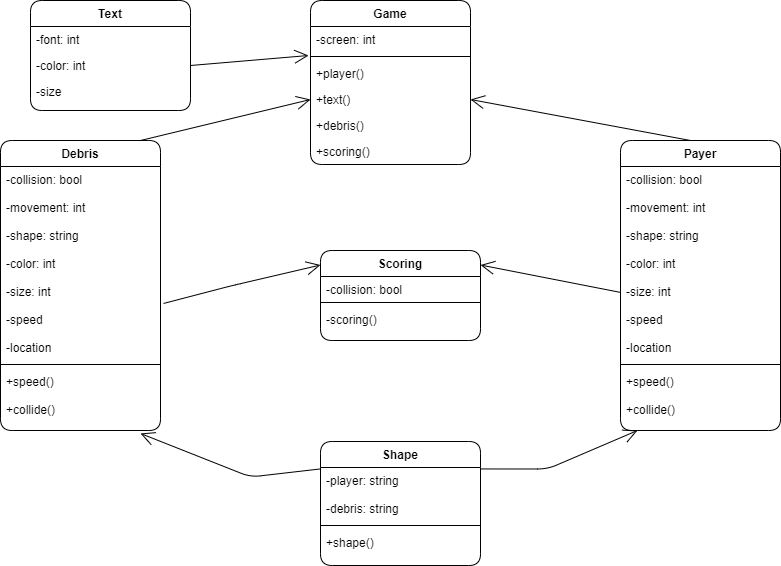
LoicKonan/2143-OOP-Konan keeps this draw.io diagram as Assignments/A07/Diagram.png. Above is the earlier version. Source tidied: cells renumbered, new cells last; positions are measured from the earlier drawing's top-left corner, leaving out a move shared by most shapes. The source it was exported from:
```xml
<mxGraphModel>
  <root>
    <mxCell id="0" />
    <mxCell id="1" parent="0" />
    <mxCell id="2" value="Text" style="swimlane;fontStyle=1;align=center;verticalAlign=top;horizontal=1;startSize=26;shadow=0;strokeWidth=1;rounded=1;" parent="1" vertex="1">
      <mxGeometry x="30" width="160" height="110" as="geometry" />
    </mxCell>
    <mxCell id="3" value="-font: int&#10;" style="text;align=left;verticalAlign=top;spacingLeft=4;spacingRight=4;overflow=hidden;fontStyle=0;rounded=1;" parent="2" vertex="1">
      <mxGeometry y="26" width="160" height="26" as="geometry" />
    </mxCell>
    <mxCell id="4" value="-color: int&#10;" style="text;align=left;verticalAlign=top;spacingLeft=4;spacingRight=4;overflow=hidden;points=[[0,0.5],[1,0.5]];portConstraint=eastwest;rounded=1;" parent="2" vertex="1">
      <mxGeometry y="52" width="160" height="26" as="geometry" />
    </mxCell>
    <mxCell id="5" value="-size" style="text;align=left;verticalAlign=top;spacingLeft=4;spacingRight=4;overflow=hidden;rounded=1;" parent="2" vertex="1">
      <mxGeometry y="78" width="160" height="26" as="geometry" />
    </mxCell>
    <mxCell id="6" value="Scoring" style="swimlane;fontStyle=1;align=center;verticalAlign=top;horizontal=1;startSize=26;shadow=0;strokeWidth=1;rounded=1;" parent="1" vertex="1">
      <mxGeometry x="320" y="250" width="160" height="90" as="geometry" />
    </mxCell>
    <mxCell id="7" value="-collision: bool" style="text;align=left;verticalAlign=top;spacingLeft=4;spacingRight=4;overflow=hidden;rounded=1;" parent="6" vertex="1">
      <mxGeometry y="26" width="160" height="22" as="geometry" />
    </mxCell>
    <mxCell id="8" style="line;html=1;strokeWidth=1;align=left;verticalAlign=middle;spacingTop=-1;spacingLeft=3;spacingRight=3;labelPosition=right;rounded=1;" parent="6" vertex="1">
      <mxGeometry y="48" width="160" height="8" as="geometry" />
    </mxCell>
    <mxCell id="9" value="-scoring()" style="text;align=left;verticalAlign=top;spacingLeft=4;spacingRight=4;overflow=hidden;shadow=0;html=0;rounded=1;" parent="6" vertex="1">
      <mxGeometry y="56" width="160" height="26" as="geometry" />
    </mxCell>
    <mxCell id="10" value="Game" style="swimlane;fontStyle=1;align=center;verticalAlign=top;horizontal=1;startSize=26;shadow=0;strokeWidth=1;rounded=1;" parent="1" vertex="1">
      <mxGeometry x="310" width="160" height="164" as="geometry" />
    </mxCell>
    <mxCell id="11" value="-screen: int" style="text;align=left;verticalAlign=top;spacingLeft=4;spacingRight=4;overflow=hidden;points=[[0,0.5],[1,0.5]];portConstraint=eastwest;shadow=0;html=0;rounded=1;" parent="10" vertex="1">
      <mxGeometry y="26" width="160" height="26" as="geometry" />
    </mxCell>
    <mxCell id="12" style="line;html=1;strokeWidth=1;align=left;verticalAlign=middle;spacingTop=-1;spacingLeft=3;spacingRight=3;labelPosition=right;rounded=1;" parent="10" vertex="1">
      <mxGeometry y="52" width="160" height="8" as="geometry" />
    </mxCell>
    <mxCell id="13" value="+player()" style="text;align=left;verticalAlign=top;spacingLeft=4;spacingRight=4;overflow=hidden;rounded=1;" parent="10" vertex="1">
      <mxGeometry y="60" width="160" height="26" as="geometry" />
    </mxCell>
    <mxCell id="14" value="+text()" style="text;align=left;verticalAlign=top;spacingLeft=4;spacingRight=4;overflow=hidden;points=[[0,0.5],[1,0.5]];portConstraint=eastwest;rounded=1;" parent="10" vertex="1">
      <mxGeometry y="86" width="160" height="26" as="geometry" />
    </mxCell>
    <mxCell id="15" value="+debris()" style="text;align=left;verticalAlign=top;spacingLeft=4;spacingRight=4;overflow=hidden;shadow=0;html=0;rounded=1;" parent="10" vertex="1">
      <mxGeometry y="112" width="160" height="26" as="geometry" />
    </mxCell>
    <mxCell id="16" value="+scoring()" style="text;align=left;verticalAlign=top;spacingLeft=4;spacingRight=4;overflow=hidden;shadow=0;html=0;rounded=1;" parent="10" vertex="1">
      <mxGeometry y="138" width="160" height="26" as="geometry" />
    </mxCell>
    <mxCell id="17" value="Payer" style="swimlane;fontStyle=1;align=center;verticalAlign=top;horizontal=1;startSize=26;shadow=0;strokeWidth=1;rounded=1;" parent="1" vertex="1">
      <mxGeometry x="620" y="140" width="160" height="290" as="geometry" />
    </mxCell>
    <mxCell id="18" value="-collision: bool&#10;&#10;-movement: int&#10;&#10;-shape: string&#10;&#10;-color: int&#10;&#10;-size: int&#10;&#10;-speed&#10;&#10;-location" style="text;align=left;verticalAlign=top;spacingLeft=4;spacingRight=4;overflow=hidden;points=[[0,0.5],[1,0.5]];portConstraint=eastwest;rounded=1;" parent="17" vertex="1">
      <mxGeometry y="26" width="160" height="194" as="geometry" />
    </mxCell>
    <mxCell id="19" style="line;html=1;strokeWidth=1;align=left;verticalAlign=middle;spacingTop=-1;spacingLeft=3;spacingRight=3;labelPosition=right;rounded=1;" parent="17" vertex="1">
      <mxGeometry y="220" width="160" height="8" as="geometry" />
    </mxCell>
    <mxCell id="20" value="+speed()&#10;&#10;+collide()" style="text;align=left;verticalAlign=top;spacingLeft=4;spacingRight=4;overflow=hidden;rounded=1;" parent="17" vertex="1">
      <mxGeometry y="228" width="160" height="62" as="geometry" />
    </mxCell>
    <mxCell id="21" value="Shape" style="swimlane;fontStyle=1;align=center;verticalAlign=top;horizontal=1;startSize=26;shadow=0;strokeWidth=1;rounded=1;" parent="1" vertex="1">
      <mxGeometry x="320" y="441" width="160" height="124" as="geometry" />
    </mxCell>
    <mxCell id="22" value="-player: string&#10;&#10;-debris: string" style="text;align=left;verticalAlign=top;spacingLeft=4;spacingRight=4;overflow=hidden;rounded=1;" parent="21" vertex="1">
      <mxGeometry y="26" width="160" height="54" as="geometry" />
    </mxCell>
    <mxCell id="23" style="line;html=1;strokeWidth=1;align=left;verticalAlign=middle;spacingTop=-1;spacingLeft=3;spacingRight=3;labelPosition=right;rounded=1;" parent="21" vertex="1">
      <mxGeometry y="80" width="160" height="8" as="geometry" />
    </mxCell>
    <mxCell id="24" value="+shape()" style="text;align=left;verticalAlign=top;spacingLeft=4;spacingRight=4;overflow=hidden;shadow=0;html=0;rounded=1;" parent="21" vertex="1">
      <mxGeometry y="88" width="160" height="26" as="geometry" />
    </mxCell>
    <mxCell id="25" value="Debris" style="swimlane;fontStyle=1;align=center;verticalAlign=top;horizontal=1;startSize=26;shadow=0;strokeWidth=1;rounded=1;" parent="1" vertex="1">
      <mxGeometry y="140" width="160" height="290" as="geometry" />
    </mxCell>
    <mxCell id="26" value="-collision: bool&#10;&#10;-movement: int&#10;&#10;-shape: string&#10;&#10;-color: int&#10;&#10;-size: int&#10;&#10;-speed&#10;&#10;-location" style="text;align=left;verticalAlign=top;spacingLeft=4;spacingRight=4;overflow=hidden;points=[[0,0.5],[1,0.5]];portConstraint=eastwest;rounded=1;" parent="25" vertex="1">
      <mxGeometry y="26" width="160" height="194" as="geometry" />
    </mxCell>
    <mxCell id="27" style="line;html=1;strokeWidth=1;align=left;verticalAlign=middle;spacingTop=-1;spacingLeft=3;spacingRight=3;labelPosition=right;rounded=1;" parent="25" vertex="1">
      <mxGeometry y="220" width="160" height="8" as="geometry" />
    </mxCell>
    <mxCell id="28" value="+speed()&#10;&#10;+collide()" style="text;align=left;verticalAlign=top;spacingLeft=4;spacingRight=4;overflow=hidden;points=[[0,0.5],[1,0.5]];portConstraint=eastwest;rounded=1;" parent="25" vertex="1">
      <mxGeometry y="228" width="160" height="62" as="geometry" />
    </mxCell>
    <mxCell id="29" style="endArrow=open;endFill=1;endSize=12;html=1;entryX=0;entryY=0.5;entryDx=0;entryDy=0;" parent="1" edge="1" target="14">
      <mxGeometry relative="1" as="geometry">
        <mxPoint x="140" y="140" as="sourcePoint" />
      </mxGeometry>
    </mxCell>
    <mxCell id="30" style="endArrow=open;endFill=1;endSize=12;html=1;entryX=1;entryY=0.5;entryDx=0;entryDy=0;" parent="1" edge="1" target="14">
      <mxGeometry relative="1" as="geometry">
        <mxPoint x="690" y="140" as="sourcePoint" />
      </mxGeometry>
    </mxCell>
    <mxCell id="31" style="endArrow=open;endFill=1;endSize=12;html=1;entryX=1;entryY=0.5;entryDx=0;entryDy=0;exitX=0;exitY=0.649;exitDx=0;exitDy=0;exitPerimeter=0;" parent="1" edge="1" source="18">
      <mxGeometry relative="1" as="geometry">
        <mxPoint x="480" y="264.5" as="targetPoint" />
      </mxGeometry>
    </mxCell>
    <mxCell id="32" style="endArrow=open;endFill=1;endSize=12;html=1;entryX=0;entryY=0.5;entryDx=0;entryDy=0;exitX=1.019;exitY=0.706;exitDx=0;exitDy=0;exitPerimeter=0;" parent="1" edge="1" source="26">
      <mxGeometry relative="1" as="geometry">
        <mxPoint x="320" y="264.5" as="targetPoint" />
        <Array as="points">
          <mxPoint x="230" y="285.5" />
        </Array>
      </mxGeometry>
    </mxCell>
    <mxCell id="33" style="endArrow=open;endFill=1;endSize=12;html=1;entryX=0;entryY=0.5;entryDx=0;entryDy=0;exitX=1.019;exitY=0.706;exitDx=0;exitDy=0;exitPerimeter=0;" parent="1" edge="1">
      <mxGeometry relative="1" as="geometry">
        <mxPoint x="480" y="468.5" as="sourcePoint" />
        <mxPoint x="637" y="430" as="targetPoint" />
        <Array as="points">
          <mxPoint x="547" y="468.5" />
        </Array>
      </mxGeometry>
    </mxCell>
    <mxCell id="34" style="endArrow=open;endFill=1;endSize=12;html=1;entryX=0.875;entryY=1.048;entryDx=0;entryDy=0;exitX=0;exitY=0.649;exitDx=0;exitDy=0;exitPerimeter=0;entryPerimeter=0;" parent="1" edge="1" target="28">
      <mxGeometry relative="1" as="geometry">
        <mxPoint x="320" y="468.4" as="sourcePoint" />
        <Array as="points">
          <mxPoint x="250" y="476.5" />
        </Array>
      </mxGeometry>
    </mxCell>
    <mxCell id="35" style="endArrow=open;endFill=1;endSize=12;html=1;entryX=-0.012;entryY=1.115;entryDx=0;entryDy=0;exitX=1;exitY=0.5;exitDx=0;exitDy=0;entryPerimeter=0;" parent="1" edge="1" source="4" target="11">
      <mxGeometry relative="1" as="geometry" />
    </mxCell>
  </root>
</mxGraphModel>
```
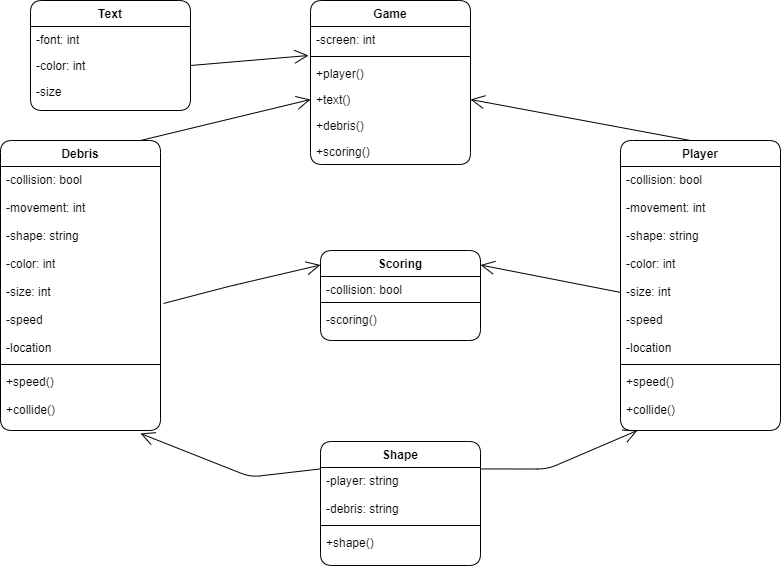
Above is the later version.

What changed in the source:
```diff
@@ -47,7 +47,7 @@
     <mxCell id="16" value="+scoring()" style="text;align=left;verticalAlign=top;spacingLeft=4;spacingRight=4;overflow=hidden;shadow=0;html=0;rounded=1;" parent="10" vertex="1">
       <mxGeometry y="138" width="160" height="26" as="geometry" />
     </mxCell>
-    <mxCell id="17" value="Payer" style="swimlane;fontStyle=1;align=center;verticalAlign=top;horizontal=1;startSize=26;shadow=0;strokeWidth=1;rounded=1;" parent="1" vertex="1">
+    <mxCell id="17" value="Player" style="swimlane;fontStyle=1;align=center;verticalAlign=top;horizontal=1;startSize=26;shadow=0;strokeWidth=1;rounded=1;" parent="1" vertex="1">
       <mxGeometry x="620" y="140" width="160" height="290" as="geometry" />
     </mxCell>
     <mxCell id="18" value="-collision: bool&#10;&#10;-movement: int&#10;&#10;-shape: string&#10;&#10;-color: int&#10;&#10;-size: int&#10;&#10;-speed&#10;&#10;-location" style="text;align=left;verticalAlign=top;spacingLeft=4;spacingRight=4;overflow=hidden;points=[[0,0.5],[1,0.5]];portConstraint=eastwest;rounded=1;" parent="17" vertex="1">
```
